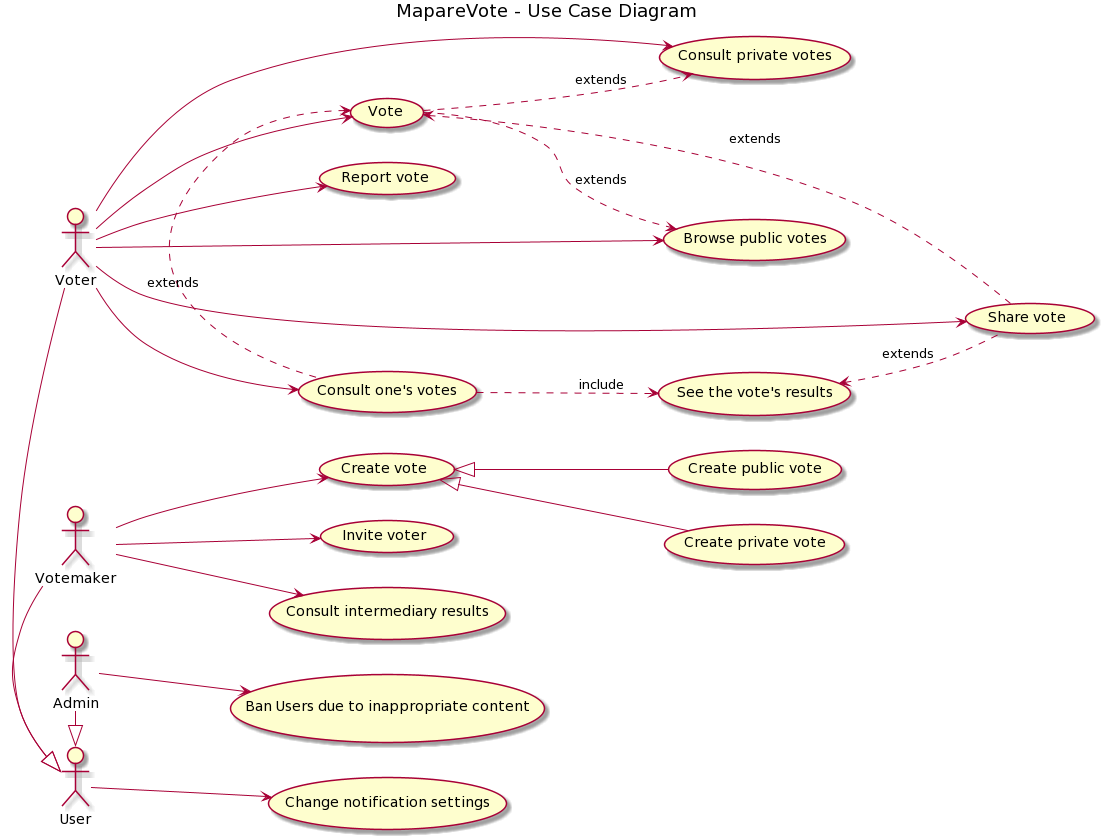
The PlantUML diagram UML/MapareVoteUC.png in dptinfoutln/MapareVote, before a commit.
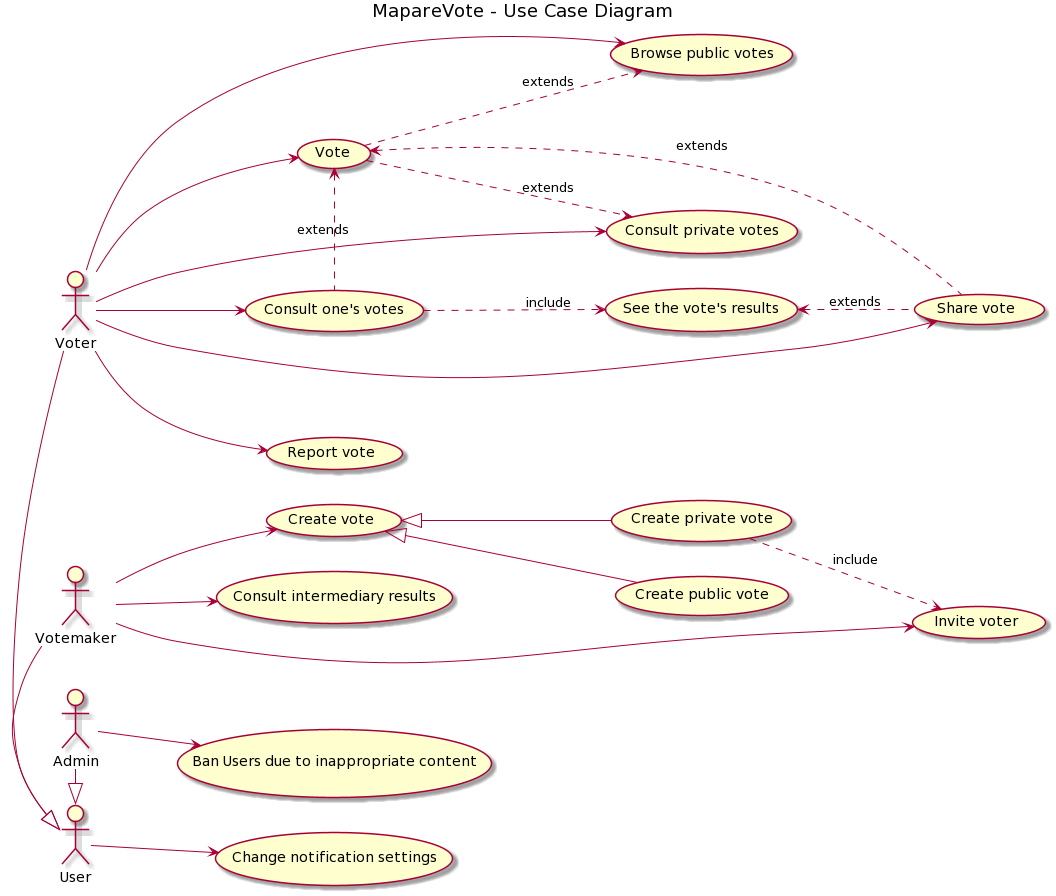
Later version of the same file.

What changed in the source:
```diff
@@ -44,4 +44,6 @@
 (See the vote's results) <.. (Share vote): extends
 
 :Voter: --> (Report vote)
+
+(Create private vote) ..> (Invite voter): include
 @enduml
```
